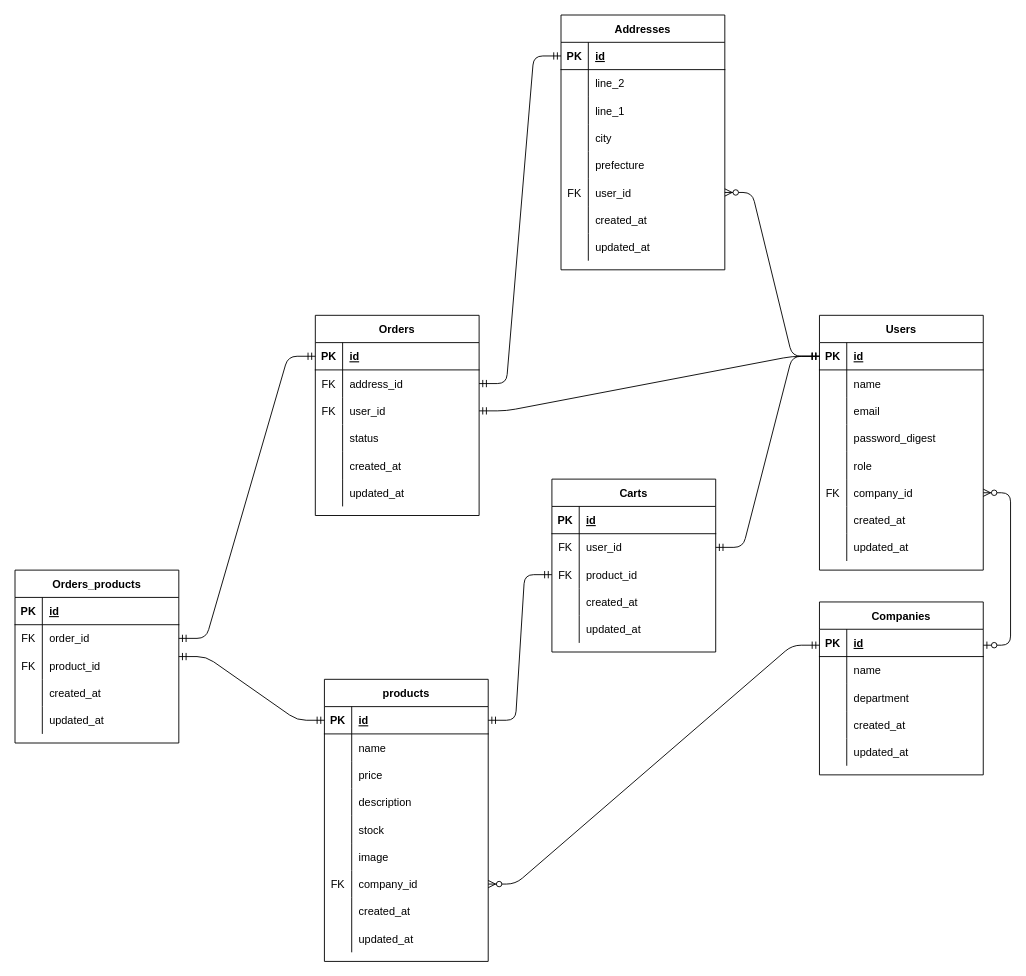
The draw.io diagram ER3.drawio in ushimedia/catalog_task_3, before the edit. Source tidied: cells renumbered, new cells numbered last; positions are measured from the earlier drawing's top-left corner, leaving out a move shared by most shapes. Both pictures are drawn from the tidied source at 91%, with x=0, y=0 at pixel (15, 15).
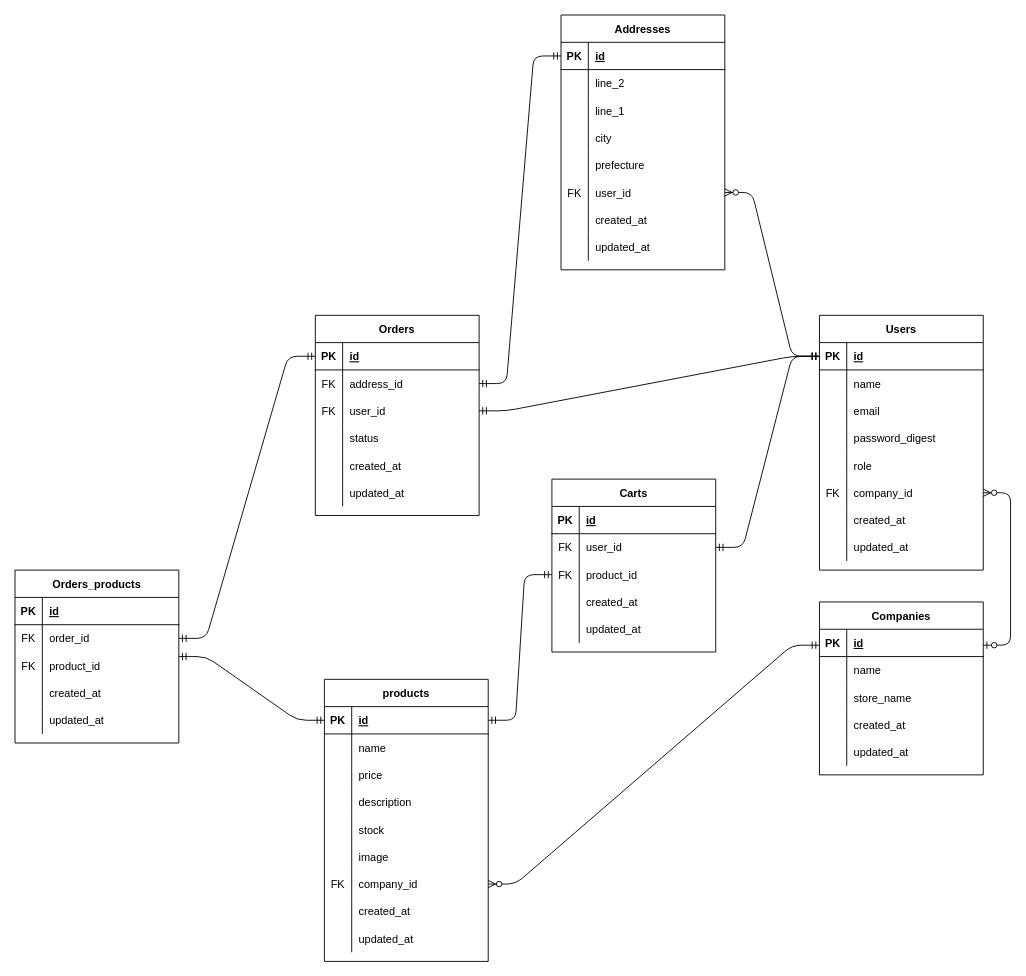
Above is the later version.

The change refers to these unchanged cells:
```xml
<mxCell id="88" style="shape=partialRectangle;fillColor=none;top=0;left=0;bottom=0;right=0;" parent="81" vertex="1">
  <mxGeometry y="90" width="180" height="30" as="geometry" />
</mxCell>
```

The edit, as a diff of the source:
```diff
@@
-    <mxCell id="90" value="department" style="shape=partialRectangle;fillColor=none;top=0;left=0;bottom=0;right=0;align=left;spacingLeft=6;overflow=hidden;" parent="88" vertex="1">
+    <mxCell id="90" value="store_name" style="shape=partialRectangle;fillColor=none;top=0;left=0;bottom=0;right=0;align=left;spacingLeft=6;overflow=hidden;" parent="88" vertex="1">
       <mxGeometry x="30" width="150" height="30" as="geometry" />
     </mxCell>
```
